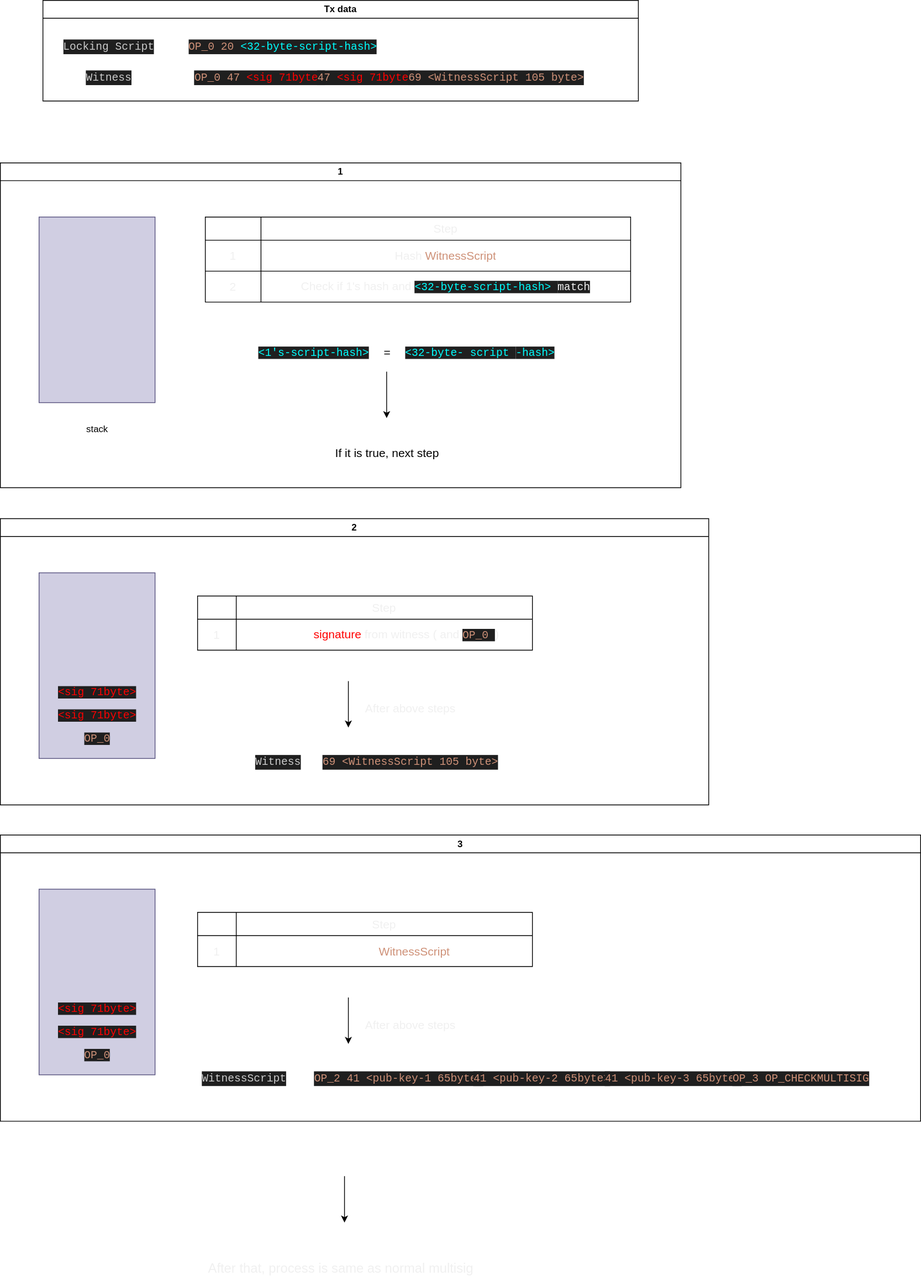
Above: P01_bitcoin/img/process_p2wsh.drawio.svg in blockchaininnovation/lecture (draw.io), before the change. Source tidied: cells renumbered, new cells last; positions are measured from the earlier drawing's top-left corner, leaving out a move shared by most shapes.
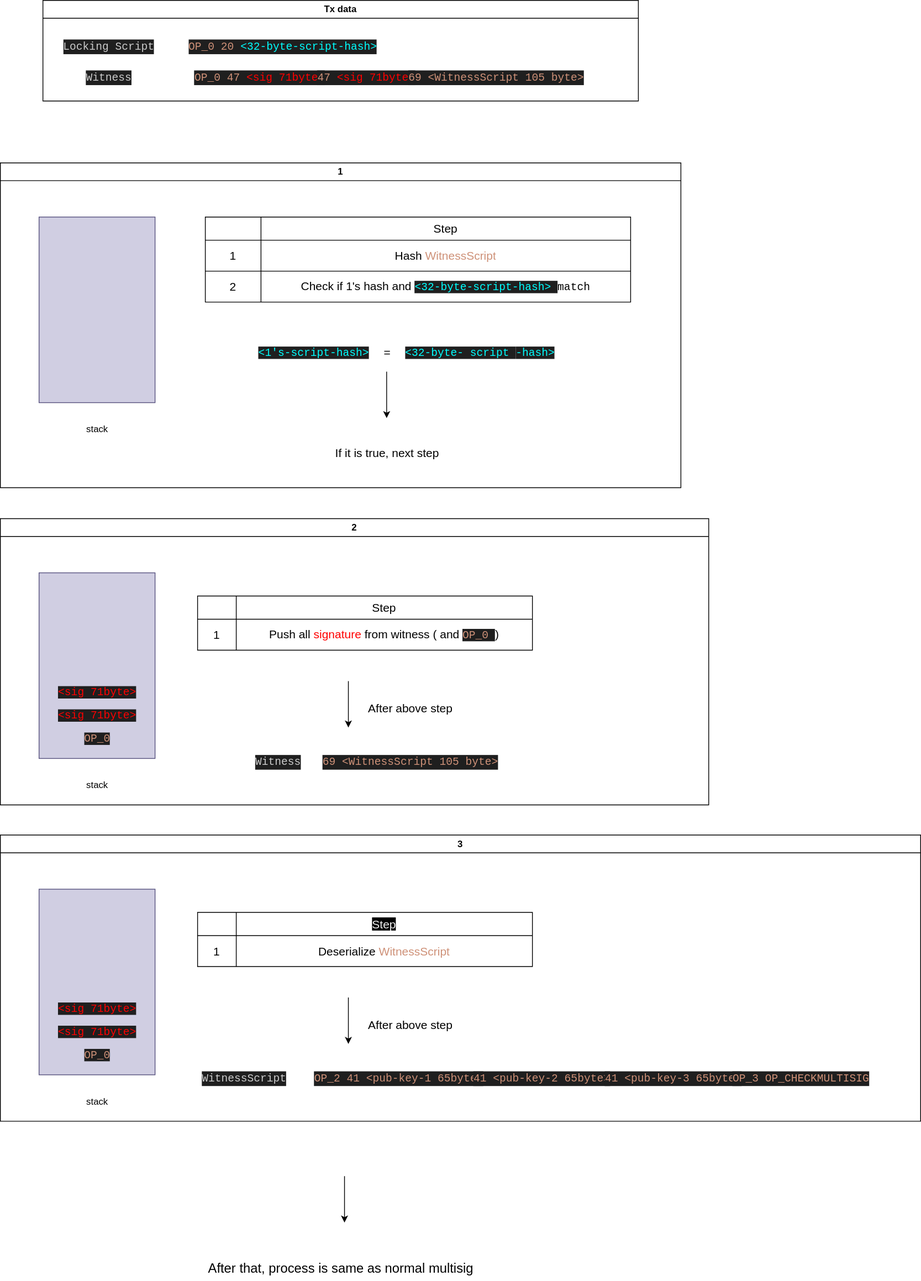
After the change.

Commit message:
fix pic color

The edit, as a diff of the source:
```diff
@@ -44,25 +44,25 @@
     <mxCell id="15" style="shape=partialRectangle;html=1;whiteSpace=wrap;fillColor=none;top=0;left=0;bottom=0;right=0;overflow=hidden;fontSize=15;fontColor=#CE9178;" parent="14" vertex="1">
       <mxGeometry width="72" height="30" as="geometry" />
     </mxCell>
-    <mxCell id="16" value="&lt;font color=&quot;#f0f0f0&quot;&gt;Step&lt;/font&gt;" style="shape=partialRectangle;html=1;whiteSpace=wrap;fillColor=none;top=0;left=0;bottom=0;right=0;overflow=hidden;fontSize=15;fontColor=#CE9178;" parent="14" vertex="1">
+    <mxCell id="16" value="&lt;font color=&quot;#000000&quot;&gt;Step&lt;/font&gt;" style="shape=partialRectangle;html=1;whiteSpace=wrap;fillColor=none;top=0;left=0;bottom=0;right=0;overflow=hidden;fontSize=15;fontColor=#CE9178;" parent="14" vertex="1">
       <mxGeometry x="72" width="478" height="30" as="geometry" />
     </mxCell>
     <mxCell id="17" style="shape=tableRow;horizontal=0;startSize=0;swimlaneHead=0;swimlaneBody=0;top=0;left=0;bottom=0;right=0;fillColor=none;fontSize=15;fontColor=#CE9178;" parent="13" vertex="1">
       <mxGeometry y="30" width="550" height="40" as="geometry" />
     </mxCell>
-    <mxCell id="18" value="&lt;font color=&quot;#f0f0f0&quot;&gt;1&lt;/font&gt;" style="shape=partialRectangle;html=1;whiteSpace=wrap;fillColor=none;top=0;left=0;bottom=0;right=0;overflow=hidden;fontSize=15;fontColor=#CE9178;" parent="17" vertex="1">
+    <mxCell id="18" value="&lt;font color=&quot;#000000&quot;&gt;1&lt;/font&gt;" style="shape=partialRectangle;html=1;whiteSpace=wrap;fillColor=none;top=0;left=0;bottom=0;right=0;overflow=hidden;fontSize=15;fontColor=#CE9178;" parent="17" vertex="1">
       <mxGeometry width="72" height="40" as="geometry" />
     </mxCell>
-    <mxCell id="19" value="&lt;font color=&quot;#f0f0f0&quot;&gt;Hash &lt;/font&gt;WitnessScript" style="shape=partialRectangle;html=1;whiteSpace=wrap;fillColor=none;top=0;left=0;bottom=0;right=0;overflow=hidden;fontSize=15;fontColor=#CE9178;" parent="17" vertex="1">
+    <mxCell id="19" value="&lt;font color=&quot;#000000&quot;&gt;Hash &lt;/font&gt;WitnessScript" style="shape=partialRectangle;html=1;whiteSpace=wrap;fillColor=none;top=0;left=0;bottom=0;right=0;overflow=hidden;fontSize=15;fontColor=#CE9178;" parent="17" vertex="1">
       <mxGeometry x="72" width="478" height="40" as="geometry" />
     </mxCell>
     <mxCell id="20" style="shape=tableRow;horizontal=0;startSize=0;swimlaneHead=0;swimlaneBody=0;top=0;left=0;bottom=0;right=0;fillColor=none;fontSize=15;fontColor=#CE9178;" parent="13" vertex="1">
       <mxGeometry y="70" width="550" height="40" as="geometry" />
     </mxCell>
-    <mxCell id="21" value="&lt;font color=&quot;#f0f0f0&quot;&gt;2&lt;/font&gt;" style="shape=partialRectangle;html=1;whiteSpace=wrap;fillColor=none;top=0;left=0;bottom=0;right=0;overflow=hidden;fontSize=15;fontColor=#CE9178;" parent="20" vertex="1">
+    <mxCell id="21" value="&lt;font color=&quot;#000000&quot;&gt;2&lt;/font&gt;" style="shape=partialRectangle;html=1;whiteSpace=wrap;fillColor=none;top=0;left=0;bottom=0;right=0;overflow=hidden;fontSize=15;fontColor=#CE9178;" parent="20" vertex="1">
       <mxGeometry width="72" height="40" as="geometry" />
     </mxCell>
-    <mxCell id="22" value="&lt;font color=&quot;#f0f0f0&quot;&gt;Check if 1's hash and&amp;nbsp;&lt;/font&gt;&lt;span style=&quot;color: rgb(0, 255, 255); font-family: Consolas, &amp;quot;Courier New&amp;quot;, monospace; font-size: 14px; background-color: rgb(31, 31, 31);&quot;&gt;&amp;lt;32-byte-script-hash&amp;gt; &lt;/span&gt;&lt;span style=&quot;font-family: Consolas, &amp;quot;Courier New&amp;quot;, monospace; font-size: 14px; background-color: rgb(31, 31, 31);&quot;&gt;&lt;font color=&quot;#f0f0f0&quot;&gt;match&lt;/font&gt;&lt;/span&gt;" style="shape=partialRectangle;html=1;whiteSpace=wrap;fillColor=none;top=0;left=0;bottom=0;right=0;overflow=hidden;fontSize=15;fontColor=#CE9178;" parent="20" vertex="1">
+    <mxCell id="22" value="&lt;font color=&quot;#000000&quot;&gt;Check if 1's hash and&lt;/font&gt;&lt;font color=&quot;#f0f0f0&quot;&gt;&amp;nbsp;&lt;/font&gt;&lt;span style=&quot;color: rgb(0, 255, 255); font-family: Consolas, &amp;quot;Courier New&amp;quot;, monospace; font-size: 14px; background-color: rgb(31, 31, 31);&quot;&gt;&amp;lt;32-byte-script-hash&amp;gt;&lt;/span&gt;&lt;span style=&quot;color: rgb(0, 255, 255); font-family: Consolas, &amp;quot;Courier New&amp;quot;, monospace; font-size: 14px;&quot;&gt;&amp;nbsp;&lt;/span&gt;&lt;font color=&quot;#000000&quot;&gt;&lt;span style=&quot;font-family: Consolas, &amp;quot;Courier New&amp;quot;, monospace; font-size: 14px;&quot;&gt; &lt;/span&gt;&lt;span style=&quot;font-family: Consolas, &amp;quot;Courier New&amp;quot;, monospace; font-size: 14px;&quot;&gt;match&lt;/span&gt;&lt;/font&gt;" style="shape=partialRectangle;html=1;whiteSpace=wrap;fillColor=none;top=0;left=0;bottom=0;right=0;overflow=hidden;fontSize=15;fontColor=#CE9178;" parent="20" vertex="1">
       <mxGeometry x="72" width="478" height="40" as="geometry" />
     </mxCell>
     <mxCell id="23" value="If it is true, next step" style="text;html=1;align=center;verticalAlign=middle;strokeColor=none;fillColor=default;fontSize=15;fontColor=#000000;" parent="10" vertex="1">
@@ -92,7 +92,7 @@
     <mxCell id="30" value="&lt;span style=&quot;color: rgb(255, 0, 0); font-family: Consolas, &amp;quot;Courier New&amp;quot;, monospace; font-size: 14px; background-color: rgb(31, 31, 31);&quot;&gt;&amp;lt;sig 71byte&amp;gt;&lt;/span&gt;" style="text;html=1;align=center;verticalAlign=middle;strokeColor=none;fillColor=none;fontColor=#FFFFFF;" parent="28" vertex="1">
       <mxGeometry x="65" y="240" width="120" height="30" as="geometry" />
     </mxCell>
-    <mxCell id="31" value="stack" style="text;html=1;align=center;verticalAlign=middle;strokeColor=none;fillColor=default;fontColor=#FFFFFF;" parent="28" vertex="1">
+    <mxCell id="31" value="stack" style="text;html=1;align=center;verticalAlign=middle;strokeColor=none;fillColor=default;fontColor=#000000;" parent="28" vertex="1">
       <mxGeometry x="100" y="330" width="50" height="30" as="geometry" />
     </mxCell>
     <mxCell id="32" style="shape=table;html=1;whiteSpace=wrap;startSize=0;fontSize=15;fillColor=default;" parent="28" vertex="1">
@@ -104,20 +104,20 @@
     <mxCell id="34" style="shape=partialRectangle;html=1;whiteSpace=wrap;fillColor=none;top=0;left=0;bottom=0;right=0;overflow=hidden;fontSize=15;fontColor=#CE9178;" parent="33" vertex="1">
       <mxGeometry width="50" height="30" as="geometry" />
     </mxCell>
-    <mxCell id="35" value="&lt;font color=&quot;#f0f0f0&quot;&gt;Step&lt;/font&gt;" style="shape=partialRectangle;html=1;whiteSpace=wrap;fillColor=none;top=0;left=0;bottom=0;right=0;overflow=hidden;fontSize=15;fontColor=#CE9178;" parent="33" vertex="1">
+    <mxCell id="35" value="&lt;font color=&quot;#000000&quot;&gt;Step&lt;/font&gt;" style="shape=partialRectangle;html=1;whiteSpace=wrap;fillColor=none;top=0;left=0;bottom=0;right=0;overflow=hidden;fontSize=15;fontColor=#CE9178;" parent="33" vertex="1">
       <mxGeometry x="50" width="383" height="30" as="geometry" />
     </mxCell>
     <mxCell id="36" style="shape=tableRow;horizontal=0;startSize=0;swimlaneHead=0;swimlaneBody=0;top=0;left=0;bottom=0;right=0;fillColor=none;fontSize=15;fontColor=#CE9178;" parent="32" vertex="1">
       <mxGeometry y="30" width="433" height="40" as="geometry" />
     </mxCell>
-    <mxCell id="37" value="&lt;font color=&quot;#f0f0f0&quot;&gt;1&lt;/font&gt;" style="shape=partialRectangle;html=1;whiteSpace=wrap;fillColor=none;top=0;left=0;bottom=0;right=0;overflow=hidden;fontSize=15;fontColor=#CE9178;" parent="36" vertex="1">
+    <mxCell id="37" value="&lt;font color=&quot;#000000&quot;&gt;1&lt;/font&gt;" style="shape=partialRectangle;html=1;whiteSpace=wrap;fillColor=none;top=0;left=0;bottom=0;right=0;overflow=hidden;fontSize=15;fontColor=#CE9178;" parent="36" vertex="1">
       <mxGeometry width="50" height="40" as="geometry" />
     </mxCell>
-    <mxCell id="38" value="&lt;span style=&quot;color: rgb(255, 255, 255);&quot;&gt;Push all&amp;nbsp;&lt;/span&gt;&lt;font color=&quot;#ff0000&quot;&gt;signature&amp;nbsp;&lt;/font&gt;&lt;font color=&quot;#f0f0f0&quot;&gt;from witness ( and&amp;nbsp;&lt;/font&gt;&lt;span style=&quot;font-family: Consolas, &amp;quot;Courier New&amp;quot;, monospace; font-size: 14px; background-color: rgb(31, 31, 31);&quot;&gt;OP_0&amp;nbsp;&lt;/span&gt;&lt;font color=&quot;#f0f0f0&quot;&gt;)&lt;/font&gt;" style="shape=partialRectangle;html=1;whiteSpace=wrap;fillColor=none;top=0;left=0;bottom=0;right=0;overflow=hidden;fontSize=15;fontColor=#CE9178;" parent="36" vertex="1">
+    <mxCell id="38" value="&lt;font color=&quot;#000000&quot;&gt;Push all&lt;/font&gt;&lt;span style=&quot;color: rgb(255, 255, 255);&quot;&gt;&amp;nbsp;&lt;/span&gt;&lt;font color=&quot;#ff0000&quot;&gt;signature&amp;nbsp;&lt;/font&gt;&lt;font color=&quot;#000000&quot;&gt;from witness ( and&lt;/font&gt;&lt;font color=&quot;#f0f0f0&quot;&gt;&amp;nbsp;&lt;/font&gt;&lt;span style=&quot;font-family: Consolas, &amp;quot;Courier New&amp;quot;, monospace; font-size: 14px; background-color: rgb(31, 31, 31);&quot;&gt;OP_0&amp;nbsp;&lt;/span&gt;&lt;font color=&quot;#000000&quot;&gt;)&lt;/font&gt;" style="shape=partialRectangle;html=1;whiteSpace=wrap;fillColor=none;top=0;left=0;bottom=0;right=0;overflow=hidden;fontSize=15;fontColor=#CE9178;" parent="36" vertex="1">
       <mxGeometry x="50" width="383" height="40" as="geometry" />
     </mxCell>
-    <mxCell id="39" value="After above steps" style="text;html=1;align=center;verticalAlign=middle;strokeColor=none;fillColor=default;fontSize=15;fontColor=#F0F0F0;" parent="28" vertex="1">
-      <mxGeometry x="460" y="230" width="140" height="30" as="geometry" />
+    <mxCell id="39" value="After above step" style="text;html=1;align=center;verticalAlign=middle;strokeColor=none;fillColor=default;fontSize=15;fontColor=#000000;" parent="28" vertex="1">
+      <mxGeometry x="465" y="230" width="130" height="30" as="geometry" />
     </mxCell>
     <mxCell id="40" style="endArrow=classic;html=1;fontSize=15;fontColor=#F0F0F0;" parent="28" edge="1">
       <mxGeometry relative="1" as="geometry">
@@ -146,7 +146,7 @@
     <mxCell id="47" value="&lt;span style=&quot;color: rgb(255, 0, 0); font-family: Consolas, &amp;quot;Courier New&amp;quot;, monospace; font-size: 14px; background-color: rgb(31, 31, 31);&quot;&gt;&amp;lt;sig 71byte&amp;gt;&lt;/span&gt;" style="text;html=1;align=center;verticalAlign=middle;strokeColor=none;fillColor=none;fontColor=#FFFFFF;" parent="45" vertex="1">
       <mxGeometry x="65" y="240" width="120" height="30" as="geometry" />
     </mxCell>
-    <mxCell id="48" value="stack" style="text;html=1;align=center;verticalAlign=middle;strokeColor=none;fillColor=default;fontColor=#FFFFFF;" parent="45" vertex="1">
+    <mxCell id="48" value="stack" style="text;html=1;align=center;verticalAlign=middle;strokeColor=none;fillColor=default;fontColor=#000000;" parent="45" vertex="1">
       <mxGeometry x="100" y="330" width="50" height="30" as="geometry" />
     </mxCell>
     <mxCell id="49" style="shape=table;html=1;whiteSpace=wrap;startSize=0;fontSize=15;fillColor=default;" parent="45" vertex="1">
@@ -158,20 +158,20 @@
     <mxCell id="51" style="shape=partialRectangle;html=1;whiteSpace=wrap;fillColor=none;top=0;left=0;bottom=0;right=0;overflow=hidden;fontSize=15;fontColor=#CE9178;" parent="50" vertex="1">
       <mxGeometry width="50" height="30" as="geometry" />
     </mxCell>
-    <mxCell id="52" value="&lt;font color=&quot;#f0f0f0&quot;&gt;Step&lt;/font&gt;" style="shape=partialRectangle;html=1;whiteSpace=wrap;fillColor=none;top=0;left=0;bottom=0;right=0;overflow=hidden;fontSize=15;fontColor=#CE9178;" parent="50" vertex="1">
+    <mxCell id="52" value="&lt;font style=&quot;background-color: rgb(0, 0, 0);&quot; color=&quot;#f0f0f0&quot;&gt;Step&lt;/font&gt;" style="shape=partialRectangle;html=1;whiteSpace=wrap;fillColor=none;top=0;left=0;bottom=0;right=0;overflow=hidden;fontSize=15;fontColor=#CE9178;" parent="50" vertex="1">
       <mxGeometry x="50" width="383" height="30" as="geometry" />
     </mxCell>
     <mxCell id="53" style="shape=tableRow;horizontal=0;startSize=0;swimlaneHead=0;swimlaneBody=0;top=0;left=0;bottom=0;right=0;fillColor=none;fontSize=15;fontColor=#CE9178;" parent="49" vertex="1">
       <mxGeometry y="30" width="433" height="40" as="geometry" />
     </mxCell>
-    <mxCell id="54" value="&lt;font color=&quot;#f0f0f0&quot;&gt;1&lt;/font&gt;" style="shape=partialRectangle;html=1;whiteSpace=wrap;fillColor=none;top=0;left=0;bottom=0;right=0;overflow=hidden;fontSize=15;fontColor=#CE9178;" parent="53" vertex="1">
+    <mxCell id="54" value="&lt;font color=&quot;#000000&quot;&gt;1&lt;/font&gt;" style="shape=partialRectangle;html=1;whiteSpace=wrap;fillColor=none;top=0;left=0;bottom=0;right=0;overflow=hidden;fontSize=15;fontColor=#CE9178;" parent="53" vertex="1">
       <mxGeometry width="50" height="40" as="geometry" />
     </mxCell>
-    <mxCell id="55" value="&lt;font color=&quot;#ffffff&quot;&gt;Deserialize &lt;/font&gt;WitnessScript" style="shape=partialRectangle;html=1;whiteSpace=wrap;fillColor=none;top=0;left=0;bottom=0;right=0;overflow=hidden;fontSize=15;fontColor=#CE9178;" parent="53" vertex="1">
+    <mxCell id="55" value="&lt;font color=&quot;#000000&quot;&gt;Deserialize &lt;/font&gt;WitnessScript" style="shape=partialRectangle;html=1;whiteSpace=wrap;fillColor=none;top=0;left=0;bottom=0;right=0;overflow=hidden;fontSize=15;fontColor=#CE9178;" parent="53" vertex="1">
       <mxGeometry x="50" width="383" height="40" as="geometry" />
     </mxCell>
-    <mxCell id="56" value="After above steps" style="text;html=1;align=center;verticalAlign=middle;strokeColor=none;fillColor=default;fontSize=15;fontColor=#F0F0F0;" parent="45" vertex="1">
-      <mxGeometry x="460" y="230" width="140" height="30" as="geometry" />
+    <mxCell id="56" value="After above step" style="text;html=1;align=center;verticalAlign=middle;strokeColor=none;fillColor=default;fontSize=15;fontColor=#000000;" parent="45" vertex="1">
+      <mxGeometry x="465" y="230" width="130" height="30" as="geometry" />
     </mxCell>
     <mxCell id="57" style="endArrow=classic;html=1;fontSize=15;fontColor=#F0F0F0;" parent="45" edge="1">
       <mxGeometry relative="1" as="geometry">
@@ -206,7 +206,7 @@
         <mxPoint x="445" y="1580" as="targetPoint" />
       </mxGeometry>
     </mxCell>
-    <mxCell id="66" value="&lt;font color=&quot;#f0f0f0&quot; style=&quot;font-size: 17px;&quot;&gt;After that, process is same as normal multisig&lt;/font&gt;" style="text;html=1;align=center;verticalAlign=middle;strokeColor=none;fillColor=default;fontColor=#CE9178;fontSize=17;" parent="1" vertex="1">
+    <mxCell id="66" value="&lt;font style=&quot;font-size: 17px;&quot;&gt;After that, process is same as normal multisig&lt;/font&gt;" style="text;html=1;align=center;verticalAlign=middle;strokeColor=none;fillColor=default;fontColor=#000000;fontSize=17;" parent="1" vertex="1">
       <mxGeometry x="255" y="1625" width="370" height="30" as="geometry" />
     </mxCell>
   </root>
```
